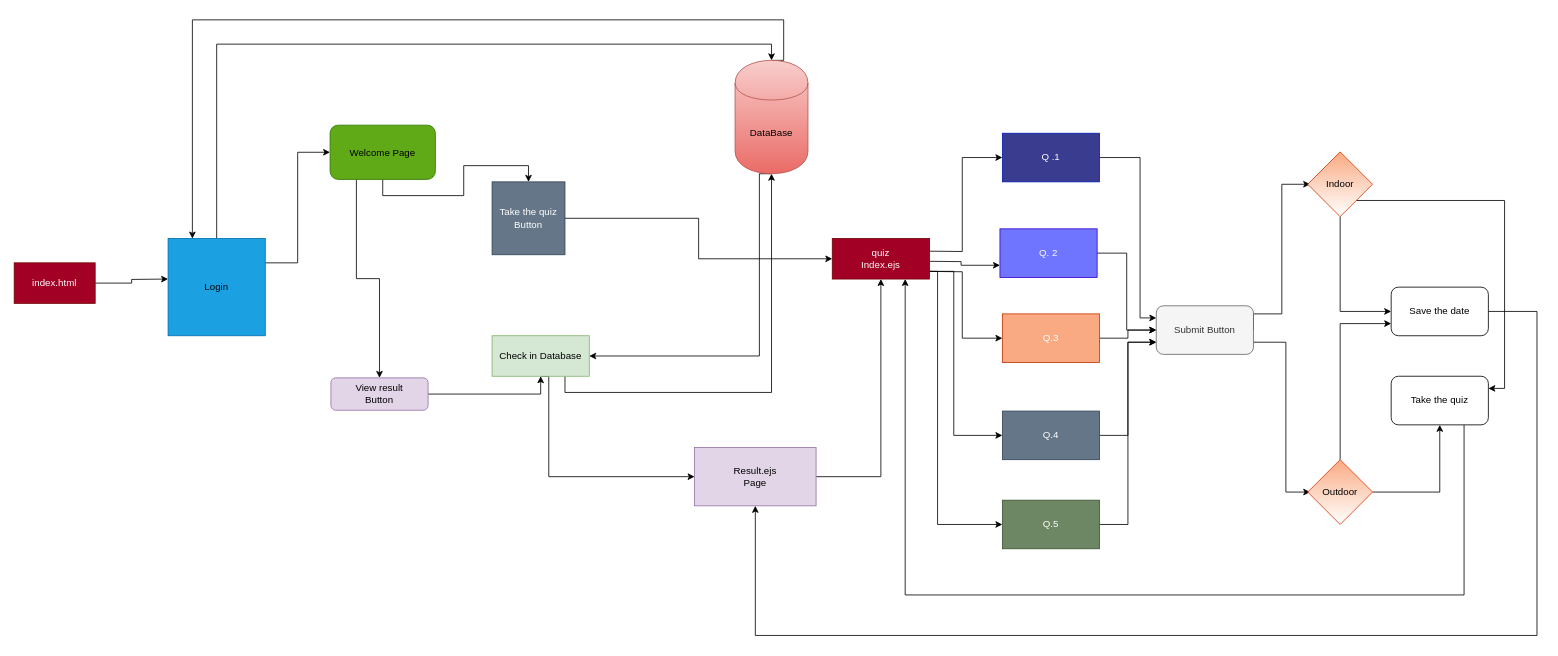
Before: Untitled Diagram.drawio in Team-2TMK/selfu, a draw.io diagram. Source tidied: cells renumbered, new cells numbered last; positions are measured from the earlier drawing's top-left corner, leaving out a move shared by most shapes. Both pictures are drawn from the tidied source at 81%, with x=0, y=0 at pixel (14, 19).
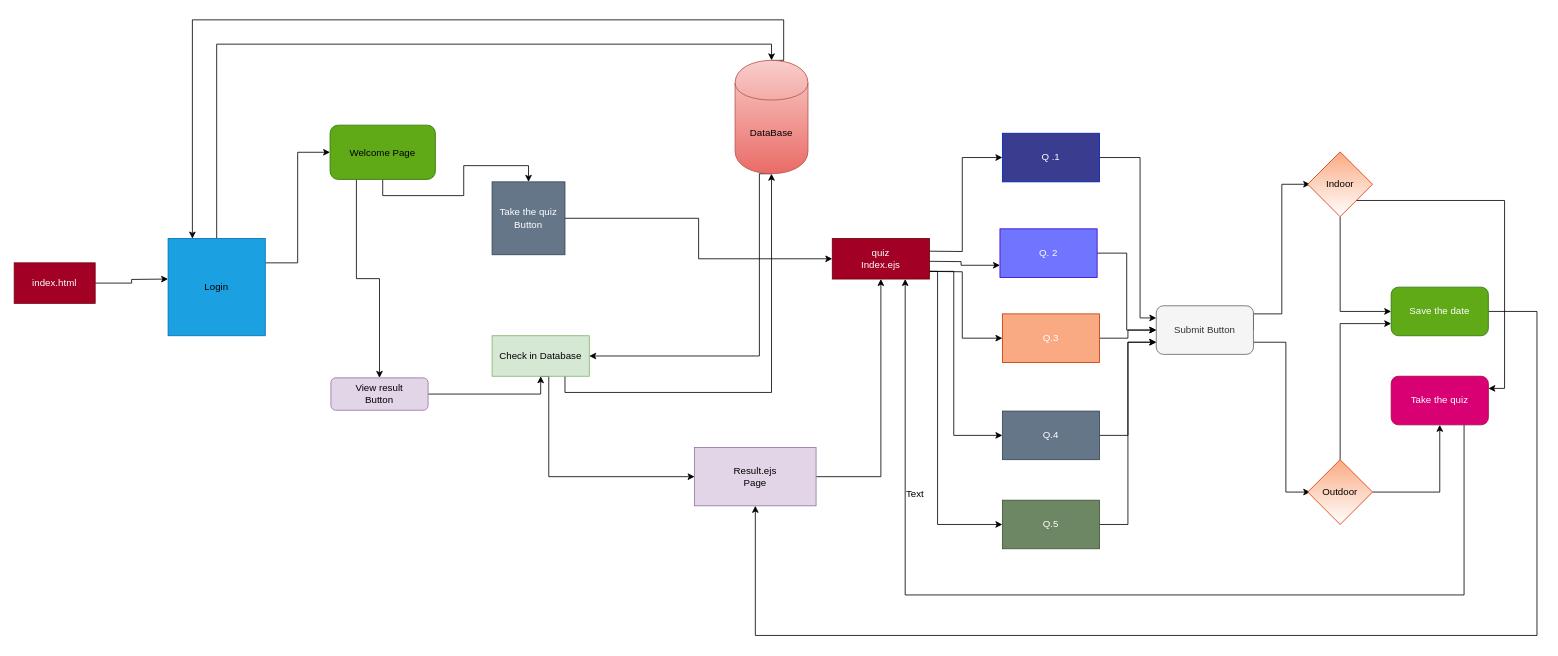
The same page after the edit.

Unchanged cells that the change refers to:
```xml
<mxCell id="49" style="edgeStyle=orthogonalEdgeStyle;rounded=0;jettySize=auto;html=1;exitX=0.75;exitY=1;exitDx=0;exitDy=0;entryX=0.75;entryY=1;entryDx=0;entryDy=0;" parent="1" edge="1" source="50" target="25">
  <mxGeometry relative="1" as="geometry">
    <Array as="points">
      <mxPoint x="1790" y="710" />
      <mxPoint x="1100" y="710" />
    </Array>
  </mxGeometry>
</mxCell>
```

The edit, as a diff of the source:
```diff
@@
-    <mxCell id="48" value="Save the date" style="rounded=1;whiteSpace=wrap;html=1;" parent="1" vertex="1">
+    <mxCell id="48" value="Save the date" style="rounded=1;whiteSpace=wrap;html=1;fillColor=#60a917;strokeColor=#2D7600;fontColor=#ffffff;" parent="1" vertex="1">
       <mxGeometry x="1700" y="330" width="120" height="60" as="geometry" />
     </mxCell>
@@
+    <mxCell id="51" value="Text" style="text;html=1;align=center;verticalAlign=middle;labelBackgroundColor=#ffffff;" parent="49" vertex="1">
+      <mxGeometry x="0.59" y="-11" relative="1" as="geometry" />
+    </mxCell>
-    <mxCell id="50" value="Take the quiz" style="rounded=1;whiteSpace=wrap;html=1;" parent="1" vertex="1">
+    <mxCell id="50" value="Take the quiz" style="rounded=1;whiteSpace=wrap;html=1;fillColor=#d80073;strokeColor=#A50040;fontColor=#ffffff;" parent="1" vertex="1">
       <mxGeometry x="1700" y="440" width="120" height="60" as="geometry" />
     </mxCell>
```
